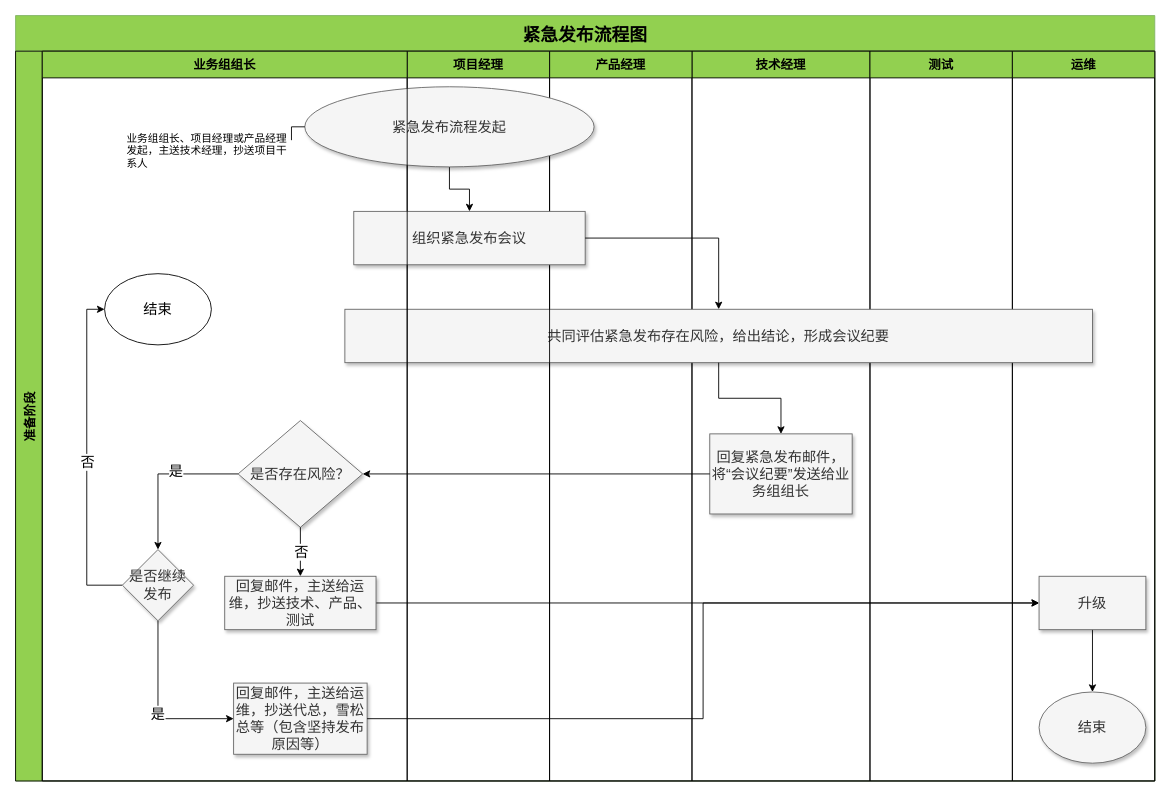
This is 紧急发布流程.drawio from it-coder/diagram, a draw.io file, before an edit. Source tidied: cells renumbered, new cells numbered last; positions are measured from the earlier drawing's top-left corner, leaving out a move shared by most shapes. Both pictures are drawn from the tidied source at 89%, with x=0, y=0 at pixel (15, 15).
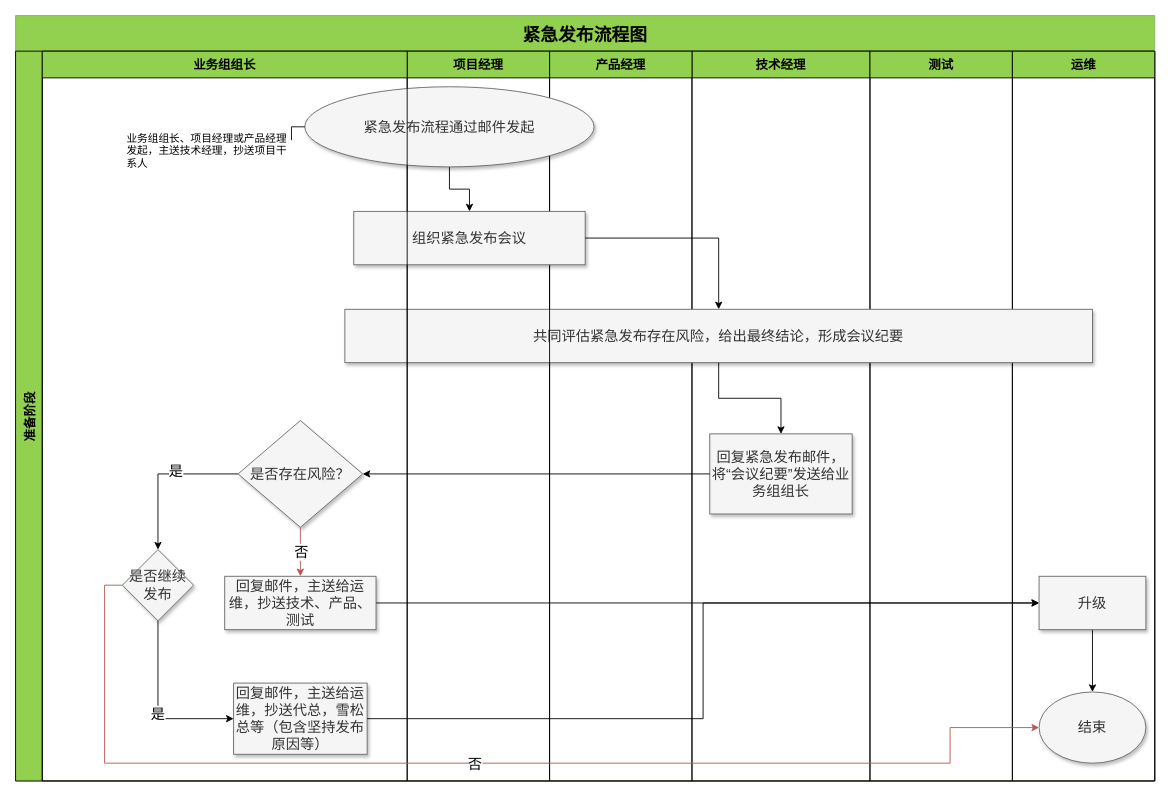
The same diagram, later.

Commit message:
更新紧急发布流程.drawio

Unchanged cells that the change refers to:
```xml
<mxCell id="3" value="准备阶段" style="swimlane;startSize=30;horizontal=0;fillColor=#92D050;fontSize=14;" parent="2" vertex="1">
  <mxGeometry y="40" width="1280" height="820" as="geometry" />
</mxCell>
<mxCell id="11" value="结束" style="ellipse;whiteSpace=wrap;html=1;fontSize=16;fillColor=#f5f5f5;strokeColor=#666666;fontColor=#333333;shadow=1;sketch=0;" parent="8" vertex="1">
  <mxGeometry x="30" y="720" width="120" height="80" as="geometry" />
</mxCell>
<mxCell id="12" value="产品经理" style="swimlane;fillColor=#92D050;fontSize=14;startSize=30;" parent="3" vertex="1">
  <mxGeometry x="600" width="160" height="820" as="geometry" />
</mxCell>
<mxCell id="14" value="项目经理" style="swimlane;fillColor=#92D050;fontSize=14;startSize=30;" parent="3" vertex="1">
  <mxGeometry x="440" width="160" height="820" as="geometry" />
</mxCell>
<mxCell id="18" value="业务组组长" style="swimlane;startSize=30;fillColor=#92D050;fontSize=14;" parent="3" vertex="1">
  <mxGeometry x="30" width="410" height="820" as="geometry" />
</mxCell>
<mxCell id="19" value="回复邮件，主送给运维，抄送技术、产品、测试" style="whiteSpace=wrap;html=1;fontSize=16;fillColor=#f5f5f5;strokeColor=#666666;fontColor=#333333;shadow=1;sketch=0;" parent="18" vertex="1">
  <mxGeometry x="205" y="590" width="170" height="60" as="geometry" />
</mxCell>
<mxCell id="22" value="是否存在风险？" style="rhombus;whiteSpace=wrap;html=1;fontSize=16;fillColor=#f5f5f5;strokeColor=#666666;fontColor=#333333;shadow=1;sketch=0;" parent="18" vertex="1">
  <mxGeometry x="220" y="415" width="140" height="120" as="geometry" />
</mxCell>
<mxCell id="29" value="是否继续发布" style="rhombus;whiteSpace=wrap;html=1;fontSize=16;fillColor=#f5f5f5;strokeColor=#666666;fontColor=#333333;shadow=1;sketch=0;" parent="18" vertex="1">
  <mxGeometry x="90" y="560" width="80" height="80" as="geometry" />
</mxCell>
```

The edit, as a diff of the source:
```diff
@@
-    <mxCell id="13" value="共同评估紧急发布存在风险，给出结论，形成会议纪要" style="whiteSpace=wrap;html=1;fontSize=16;fillColor=#f5f5f5;strokeColor=#666666;fontColor=#333333;shadow=1;sketch=0;" parent="12" vertex="1">
+    <mxCell id="13" value="共同评估紧急发布存在风险，给出最终结论，形成会议纪要" style="whiteSpace=wrap;html=1;fontSize=16;fillColor=#f5f5f5;strokeColor=#666666;fontColor=#333333;shadow=1;sketch=0;" parent="12" vertex="1">
       <mxGeometry x="-230" y="290" width="840" height="60" as="geometry" />
     </mxCell>
@@
-    <mxCell id="17" value="&lt;font face=&quot;Microsoft YaHei-2&quot;&gt;&lt;span style=&quot;font-size: 16px;&quot;&gt;紧急发布流程发起&lt;/span&gt;&lt;/font&gt;" style="ellipse;whiteSpace=wrap;html=1;shadow=1;sketch=0;fillColor=#f5f5f5;fontColor=#333333;strokeColor=#666666;" parent="14" vertex="1">
+    <mxCell id="17" value="&lt;font face=&quot;Microsoft YaHei-2&quot;&gt;&lt;span style=&quot;font-size: 16px;&quot;&gt;紧急发布流程通过邮件发起&lt;/span&gt;&lt;/font&gt;" style="ellipse;whiteSpace=wrap;html=1;shadow=1;sketch=0;fillColor=#f5f5f5;fontColor=#333333;strokeColor=#666666;" parent="14" vertex="1">
       <mxGeometry x="-115" y="40" width="325" height="90" as="geometry" />
     </mxCell>
@@
-    <mxCell id="23" style="edgeStyle=orthogonalEdgeStyle;rounded=0;jettySize=auto;html=1;exitX=0.5;exitY=1;exitDx=0;exitDy=0;entryX=0.5;entryY=0;entryDx=0;entryDy=0;" parent="18" edge="1" source="22" target="19">
+    <mxCell id="23" style="edgeStyle=orthogonalEdgeStyle;rounded=0;jettySize=auto;html=1;exitX=0.5;exitY=1;exitDx=0;exitDy=0;entryX=0.5;entryY=0;entryDx=0;entryDy=0;fillColor=#f8cecc;strokeColor=#b85450;" parent="18" edge="1" source="22" target="19">
       <mxGeometry relative="1" as="geometry" />
     </mxCell>
@@
-    <mxCell id="27" style="edgeStyle=orthogonalEdgeStyle;rounded=0;jettySize=auto;html=1;exitX=0;exitY=0.5;exitDx=0;exitDy=0;entryX=0;entryY=0.5;entryDx=0;entryDy=0;" parent="18" edge="1" source="29" target="30">
-      <mxGeometry relative="1" as="geometry" />
-    </mxCell>
-    <mxCell id="28" value="否" style="edgeLabel;html=1;align=center;verticalAlign=middle;fontSize=16;" parent="27" vertex="1">
-      <mxGeometry x="-0.03" relative="1" as="geometry" />
-    </mxCell>
@@
-    <mxCell id="30" value="结束" style="ellipse;whiteSpace=wrap;html=1;fontSize=16;" parent="18" vertex="1">
-      <mxGeometry x="70" y="250" width="120" height="80" as="geometry" />
-    </mxCell>
@@
+    <mxCell id="27" style="edgeStyle=orthogonalEdgeStyle;rounded=0;jettySize=auto;html=1;exitX=0;exitY=0.5;exitDx=0;exitDy=0;entryX=0;entryY=0.5;entryDx=0;entryDy=0;fillColor=#f8cecc;strokeColor=#b85450;" parent="3" edge="1" source="29" target="11">
+      <mxGeometry relative="1" as="geometry">
+        <Array as="points">
+          <mxPoint x="100" y="600" />
+          <mxPoint x="100" y="800" />
+          <mxPoint x="1050" y="800" />
+          <mxPoint x="1050" y="760" />
+        </Array>
+      </mxGeometry>
+    </mxCell>
+    <mxCell id="28" value="否" style="edgeLabel;html=1;align=center;verticalAlign=middle;fontSize=16;" parent="27" vertex="1">
+      <mxGeometry x="-0.03" relative="1" as="geometry" />
+    </mxCell>
```
